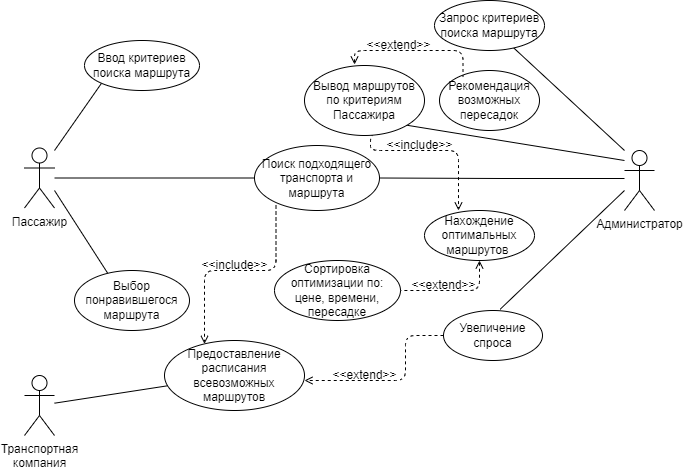
Anaastasiya/- keeps this draw.io diagram as usecase.png. Above is the earlier version. Source tidied: cells renumbered, new cells last; positions are measured from the earlier drawing's top-left corner, leaving out a move shared by most shapes. The source it was exported from:
```xml
<mxGraphModel>
  <root>
    <mxCell id="0" />
    <mxCell id="1" parent="0" />
    <mxCell id="2" style="rounded=1;jettySize=auto;html=1;startArrow=none;startFill=0;endArrow=none;endFill=0;" parent="1" edge="1" source="3" target="22">
      <mxGeometry relative="1" as="geometry" />
    </mxCell>
    <mxCell id="3" value="Транспортная&lt;br&gt;компания" style="shape=umlActor;verticalLabelPosition=bottom;verticalAlign=top;html=1;" parent="1" vertex="1">
      <mxGeometry y="375" width="30" height="60" as="geometry" />
    </mxCell>
    <mxCell id="4" style="edgeStyle=orthogonalEdgeStyle;rounded=0;jettySize=auto;html=1;endArrow=none;endFill=0;" parent="1" edge="1" target="13">
      <mxGeometry relative="1" as="geometry">
        <mxPoint x="600" y="178" as="sourcePoint" />
      </mxGeometry>
    </mxCell>
    <mxCell id="5" style="edgeStyle=none;rounded=0;jettySize=auto;html=1;endArrow=none;endFill=0;" parent="1" edge="1" target="17">
      <mxGeometry relative="1" as="geometry">
        <mxPoint x="600" y="150" as="sourcePoint" />
      </mxGeometry>
    </mxCell>
    <mxCell id="6" style="edgeStyle=none;rounded=0;jettySize=auto;html=1;entryX=1;entryY=1;entryDx=0;entryDy=0;endArrow=none;endFill=0;" parent="1" edge="1" target="16">
      <mxGeometry relative="1" as="geometry">
        <mxPoint x="600" y="160" as="sourcePoint" />
      </mxGeometry>
    </mxCell>
    <mxCell id="7" value="Администратор" style="shape=umlActor;verticalLabelPosition=bottom;verticalAlign=top;html=1;" parent="1" vertex="1">
      <mxGeometry x="600" y="150" width="30" height="60" as="geometry" />
    </mxCell>
    <mxCell id="8" style="edgeStyle=orthogonalEdgeStyle;rounded=0;jettySize=auto;html=1;entryX=0;entryY=0.5;entryDx=0;entryDy=0;endArrow=none;endFill=0;" parent="1" edge="1" source="11" target="13">
      <mxGeometry relative="1" as="geometry" />
    </mxCell>
    <mxCell id="9" style="rounded=0;jettySize=auto;html=1;entryX=0;entryY=1;entryDx=0;entryDy=0;endArrow=none;endFill=0;" parent="1" edge="1" target="18">
      <mxGeometry relative="1" as="geometry">
        <mxPoint x="30" y="150" as="sourcePoint" />
      </mxGeometry>
    </mxCell>
    <mxCell id="10" style="edgeStyle=none;rounded=0;jettySize=auto;html=1;entryX=0.296;entryY=0.067;entryDx=0;entryDy=0;entryPerimeter=0;endArrow=none;endFill=0;" parent="1" edge="1" target="21">
      <mxGeometry relative="1" as="geometry">
        <mxPoint x="30" y="190" as="sourcePoint" />
      </mxGeometry>
    </mxCell>
    <mxCell id="11" value="Пассажир" style="shape=umlActor;verticalLabelPosition=bottom;verticalAlign=top;html=1;" parent="1" vertex="1">
      <mxGeometry y="147.5" width="30" height="60" as="geometry" />
    </mxCell>
    <mxCell id="12" value="Рекомендация возможных пересадок&lt;span style=&quot;color: rgba(0, 0, 0, 0); font-family: monospace; font-size: 0px; text-align: start;&quot;&gt;%3CmxGraphModel%3E%3Croot%3E%3CmxCell%20id%3D%220%22%2F%3E%3CmxCell%20id%3D%221%22%20parent%3D%220%22%2F%3E%3CmxCell%20id%3D%222%22%20value%3D%22%D0%9D%D0%B0%D1%85%D0%BE%D0%B6%D0%B4%D0%B5%D0%BD%D0%B8%D0%B5%20%D0%BE%D0%BF%D1%82%D0%B8%D0%BC%D0%B0%D0%BB%D1%8C%D0%BD%D1%8B%D1%85%20%D0%BC%D0%B0%D1%80%D1%88%D1%80%D1%83%D1%82%D0%BE%D0%B2%26amp%3Bnbsp%3B%22%20style%3D%22ellipse%3BwhiteSpace%3Dwrap%3Bhtml%3D1%3B%22%20vertex%3D%221%22%20parent%3D%221%22%3E%3CmxGeometry%20x%3D%22400%22%20y%3D%22190%22%20width%3D%22140%22%20height%3D%2270%22%20as%3D%22geometry%22%2F%3E%3C%2FmxCell%3E%3C%2Froot%3E%3C%2FmxGraphModel%3E&lt;/span&gt;" style="ellipse;whiteSpace=wrap;html=1;" parent="1" vertex="1">
      <mxGeometry x="415" y="70" width="100" height="60" as="geometry" />
    </mxCell>
    <mxCell id="13" value="&lt;div style=&quot;&quot;&gt;&lt;span style=&quot;background-color: initial;&quot;&gt;Поиск подходящего транспорта и маршрута&lt;/span&gt;&lt;/div&gt;" style="ellipse;whiteSpace=wrap;html=1;align=center;" parent="1" vertex="1">
      <mxGeometry x="230" y="145" width="125" height="65" as="geometry" />
    </mxCell>
    <mxCell id="14" style="edgeStyle=orthogonalEdgeStyle;rounded=1;jettySize=auto;html=1;endArrow=none;endFill=0;entryX=0.235;entryY=0.092;entryDx=0;entryDy=0;dashed=1;entryPerimeter=0;startArrow=open;startFill=0;exitX=0.417;exitY=-0.014;exitDx=0;exitDy=0;exitPerimeter=0;" parent="1" edge="1" source="16">
      <mxGeometry relative="1" as="geometry">
        <mxPoint x="438.5" y="76.5" as="targetPoint" />
        <Array as="points">
          <mxPoint x="330" y="50" />
          <mxPoint x="439" y="50" />
        </Array>
      </mxGeometry>
    </mxCell>
    <mxCell id="15" style="edgeStyle=orthogonalEdgeStyle;rounded=1;jettySize=auto;html=1;exitX=0.629;exitY=0.979;exitDx=0;exitDy=0;entryX=0.309;entryY=0;entryDx=0;entryDy=0;entryPerimeter=0;dashed=1;endArrow=open;endFill=0;exitPerimeter=0;" parent="1" edge="1" source="16" target="19">
      <mxGeometry relative="1" as="geometry">
        <Array as="points">
          <mxPoint x="346" y="150" />
          <mxPoint x="434" y="150" />
        </Array>
      </mxGeometry>
    </mxCell>
    <mxCell id="16" value="Вывод маршрутов по критериям Пассажира" style="ellipse;whiteSpace=wrap;html=1;" parent="1" vertex="1">
      <mxGeometry x="280" y="65" width="120" height="70" as="geometry" />
    </mxCell>
    <mxCell id="17" value="Запрос критериев поиска маршрута" style="ellipse;whiteSpace=wrap;html=1;" parent="1" vertex="1">
      <mxGeometry x="410" width="110" height="50" as="geometry" />
    </mxCell>
    <mxCell id="18" value="Ввод критериев поиска маршрута" style="ellipse;whiteSpace=wrap;html=1;" parent="1" vertex="1">
      <mxGeometry x="60" y="40" width="115" height="50" as="geometry" />
    </mxCell>
    <mxCell id="19" value="Нахождение оптимальных маршрутов&amp;nbsp;" style="ellipse;whiteSpace=wrap;html=1;" parent="1" vertex="1">
      <mxGeometry x="400" y="210" width="110" height="50" as="geometry" />
    </mxCell>
    <mxCell id="20" value="Сортировка оптимизации по: цене, времени, пересадке" style="ellipse;whiteSpace=wrap;html=1;" parent="1" vertex="1">
      <mxGeometry x="250" y="260" width="126" height="60" as="geometry" />
    </mxCell>
    <mxCell id="21" value="Выбор понравившегося маршрута" style="ellipse;whiteSpace=wrap;html=1;" parent="1" vertex="1">
      <mxGeometry x="50" y="270" width="115" height="60" as="geometry" />
    </mxCell>
    <mxCell id="22" value="Предоставление расписания всевозможных маршрутов" style="ellipse;whiteSpace=wrap;html=1;" parent="1" vertex="1">
      <mxGeometry x="140" y="340" width="140" height="70" as="geometry" />
    </mxCell>
    <mxCell id="23" style="edgeStyle=none;rounded=1;jettySize=auto;html=1;startArrow=none;startFill=0;endArrow=none;endFill=0;exitX=0.572;exitY=-0.024;exitDx=0;exitDy=0;exitPerimeter=0;" parent="1" edge="1" source="24">
      <mxGeometry relative="1" as="geometry">
        <mxPoint x="600" y="190" as="targetPoint" />
      </mxGeometry>
    </mxCell>
    <mxCell id="24" value="Увеличение спроса" style="ellipse;whiteSpace=wrap;html=1;" parent="1" vertex="1">
      <mxGeometry x="419" y="310" width="99" height="50" as="geometry" />
    </mxCell>
    <mxCell id="25" value="&amp;lt;&amp;lt;extend&amp;gt;&amp;gt;" style="text;html=1;align=center;verticalAlign=middle;fillColor=none;strokeColor=none;rounded=0;" parent="1" vertex="1">
      <mxGeometry x="329" y="30" width="90" height="30" as="geometry" />
    </mxCell>
    <mxCell id="26" style="edgeStyle=orthogonalEdgeStyle;rounded=1;jettySize=auto;html=1;endArrow=none;endFill=0;entryX=1;entryY=0.5;entryDx=0;entryDy=0;exitX=0.5;exitY=1;exitDx=0;exitDy=0;dashed=1;startArrow=open;startFill=0;" parent="1" edge="1" source="19" target="20">
      <mxGeometry relative="1" as="geometry">
        <Array as="points">
          <mxPoint x="455" y="290" />
        </Array>
      </mxGeometry>
    </mxCell>
    <mxCell id="27" value="&amp;lt;&amp;lt;extend&amp;gt;&amp;gt;" style="text;html=1;align=center;verticalAlign=middle;fillColor=none;strokeColor=none;rounded=0;" parent="1" vertex="1">
      <mxGeometry x="374" y="270" width="90" height="30" as="geometry" />
    </mxCell>
    <mxCell id="28" value="&amp;lt;&amp;lt;include&amp;gt;&amp;gt;" style="text;html=1;align=center;verticalAlign=middle;fillColor=none;strokeColor=none;rounded=0;" parent="1" vertex="1">
      <mxGeometry x="350" y="130" width="90" height="30" as="geometry" />
    </mxCell>
    <mxCell id="29" style="edgeStyle=orthogonalEdgeStyle;rounded=1;jettySize=auto;html=1;endArrow=open;endFill=0;exitX=0.172;exitY=0.923;exitDx=0;exitDy=0;dashed=1;startArrow=none;startFill=0;exitPerimeter=0;" parent="1" edge="1" source="13" target="22">
      <mxGeometry relative="1" as="geometry">
        <Array as="points">
          <mxPoint x="252" y="270" />
          <mxPoint x="180" y="270" />
        </Array>
      </mxGeometry>
    </mxCell>
    <mxCell id="30" value="&amp;lt;&amp;lt;include&amp;gt;&amp;gt;" style="text;html=1;align=center;verticalAlign=middle;fillColor=none;strokeColor=none;rounded=0;" parent="1" vertex="1">
      <mxGeometry x="165" y="250" width="90" height="30" as="geometry" />
    </mxCell>
    <mxCell id="31" style="edgeStyle=orthogonalEdgeStyle;rounded=1;jettySize=auto;html=1;endArrow=open;endFill=0;exitX=0;exitY=0.5;exitDx=0;exitDy=0;dashed=1;startArrow=none;startFill=0;" parent="1" edge="1" source="24">
      <mxGeometry relative="1" as="geometry">
        <mxPoint x="280" y="380" as="targetPoint" />
        <Array as="points">
          <mxPoint x="381" y="335" />
          <mxPoint x="381" y="380" />
          <mxPoint x="280" y="380" />
        </Array>
      </mxGeometry>
    </mxCell>
    <mxCell id="32" value="&amp;lt;&amp;lt;extend&amp;gt;&amp;gt;" style="text;html=1;align=center;verticalAlign=middle;fillColor=none;strokeColor=none;rounded=0;" parent="1" vertex="1">
      <mxGeometry x="295" y="360" width="90" height="30" as="geometry" />
    </mxCell>
  </root>
</mxGraphModel>
```
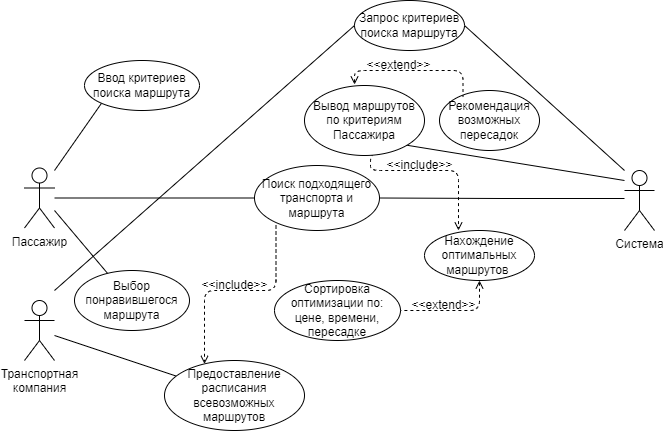
Above is the later version.

Diff of the diagram source:
```diff
@@ -6,14 +6,14 @@
       <mxGeometry relative="1" as="geometry" />
     </mxCell>
     <mxCell id="3" value="Транспортная&lt;br&gt;компания" style="shape=umlActor;verticalLabelPosition=bottom;verticalAlign=top;html=1;" parent="1" vertex="1">
-      <mxGeometry y="375" width="30" height="60" as="geometry" />
+      <mxGeometry y="280" width="30" height="60" as="geometry" />
     </mxCell>
     <mxCell id="4" style="edgeStyle=orthogonalEdgeStyle;rounded=0;jettySize=auto;html=1;endArrow=none;endFill=0;" parent="1" edge="1" target="13">
       <mxGeometry relative="1" as="geometry">
         <mxPoint x="600" y="178" as="sourcePoint" />
       </mxGeometry>
     </mxCell>
-    <mxCell id="5" style="edgeStyle=none;rounded=0;jettySize=auto;html=1;endArrow=none;endFill=0;" parent="1" edge="1" target="17">
+    <mxCell id="5" style="edgeStyle=none;rounded=0;jettySize=auto;html=1;endArrow=none;endFill=0;entryX=1;entryY=0.5;entryDx=0;entryDy=0;" parent="1" edge="1" target="17">
       <mxGeometry relative="1" as="geometry">
         <mxPoint x="600" y="150" as="sourcePoint" />
       </mxGeometry>
@@ -23,7 +23,7 @@
         <mxPoint x="600" y="160" as="sourcePoint" />
       </mxGeometry>
     </mxCell>
-    <mxCell id="7" value="Администратор" style="shape=umlActor;verticalLabelPosition=bottom;verticalAlign=top;html=1;" parent="1" vertex="1">
+    <mxCell id="7" value="Система" style="shape=umlActor;verticalLabelPosition=bottom;verticalAlign=top;html=1;" parent="1" vertex="1">
       <mxGeometry x="600" y="150" width="30" height="60" as="geometry" />
     </mxCell>
     <mxCell id="8" style="edgeStyle=orthogonalEdgeStyle;rounded=0;jettySize=auto;html=1;entryX=0;entryY=0.5;entryDx=0;entryDy=0;endArrow=none;endFill=0;" parent="1" edge="1" source="11" target="13">
@@ -69,7 +69,7 @@
       <mxGeometry x="280" y="65" width="120" height="70" as="geometry" />
     </mxCell>
     <mxCell id="17" value="Запрос критериев поиска маршрута" style="ellipse;whiteSpace=wrap;html=1;" parent="1" vertex="1">
-      <mxGeometry x="410" width="110" height="50" as="geometry" />
+      <mxGeometry x="330" y="-20" width="110" height="50" as="geometry" />
     </mxCell>
     <mxCell id="18" value="Ввод критериев поиска маршрута" style="ellipse;whiteSpace=wrap;html=1;" parent="1" vertex="1">
       <mxGeometry x="60" y="40" width="115" height="50" as="geometry" />
@@ -81,19 +81,11 @@
       <mxGeometry x="250" y="260" width="126" height="60" as="geometry" />
     </mxCell>
     <mxCell id="21" value="Выбор понравившегося маршрута" style="ellipse;whiteSpace=wrap;html=1;" parent="1" vertex="1">
-      <mxGeometry x="50" y="270" width="115" height="60" as="geometry" />
+      <mxGeometry x="50" y="250" width="115" height="60" as="geometry" />
     </mxCell>
     <mxCell id="22" value="Предоставление расписания всевозможных маршрутов" style="ellipse;whiteSpace=wrap;html=1;" parent="1" vertex="1">
       <mxGeometry x="140" y="340" width="140" height="70" as="geometry" />
     </mxCell>
-    <mxCell id="23" style="edgeStyle=none;rounded=1;jettySize=auto;html=1;startArrow=none;startFill=0;endArrow=none;endFill=0;exitX=0.572;exitY=-0.024;exitDx=0;exitDy=0;exitPerimeter=0;" parent="1" edge="1" source="24">
-      <mxGeometry relative="1" as="geometry">
-        <mxPoint x="600" y="190" as="targetPoint" />
-      </mxGeometry>
-    </mxCell>
-    <mxCell id="24" value="Увеличение спроса" style="ellipse;whiteSpace=wrap;html=1;" parent="1" vertex="1">
-      <mxGeometry x="419" y="310" width="99" height="50" as="geometry" />
-    </mxCell>
     <mxCell id="25" value="&amp;lt;&amp;lt;extend&amp;gt;&amp;gt;" style="text;html=1;align=center;verticalAlign=middle;fillColor=none;strokeColor=none;rounded=0;" parent="1" vertex="1">
       <mxGeometry x="329" y="30" width="90" height="30" as="geometry" />
     </mxCell>
@@ -121,18 +113,10 @@
     <mxCell id="30" value="&amp;lt;&amp;lt;include&amp;gt;&amp;gt;" style="text;html=1;align=center;verticalAlign=middle;fillColor=none;strokeColor=none;rounded=0;" parent="1" vertex="1">
       <mxGeometry x="165" y="250" width="90" height="30" as="geometry" />
     </mxCell>
-    <mxCell id="31" style="edgeStyle=orthogonalEdgeStyle;rounded=1;jettySize=auto;html=1;endArrow=open;endFill=0;exitX=0;exitY=0.5;exitDx=0;exitDy=0;dashed=1;startArrow=none;startFill=0;" parent="1" edge="1" source="24">
-      <mxGeometry relative="1" as="geometry">
-        <mxPoint x="280" y="380" as="targetPoint" />
-        <Array as="points">
-          <mxPoint x="381" y="335" />
-          <mxPoint x="381" y="380" />
-          <mxPoint x="280" y="380" />
-        </Array>
-      </mxGeometry>
-    </mxCell>
-    <mxCell id="32" value="&amp;lt;&amp;lt;extend&amp;gt;&amp;gt;" style="text;html=1;align=center;verticalAlign=middle;fillColor=none;strokeColor=none;rounded=0;" parent="1" vertex="1">
-      <mxGeometry x="295" y="360" width="90" height="30" as="geometry" />
-    </mxCell>
+    <mxCell id="33" style="rounded=0;jettySize=auto;html=1;entryX=0;entryY=0.5;entryDx=0;entryDy=0;endArrow=none;endFill=0;" parent="1" edge="1" target="17">
+      <mxGeometry relative="1" as="geometry">
+        <mxPoint x="30" y="270" as="sourcePoint" />
+      </mxGeometry>
+    </mxCell>
   </root>
 </mxGraphModel>
```
